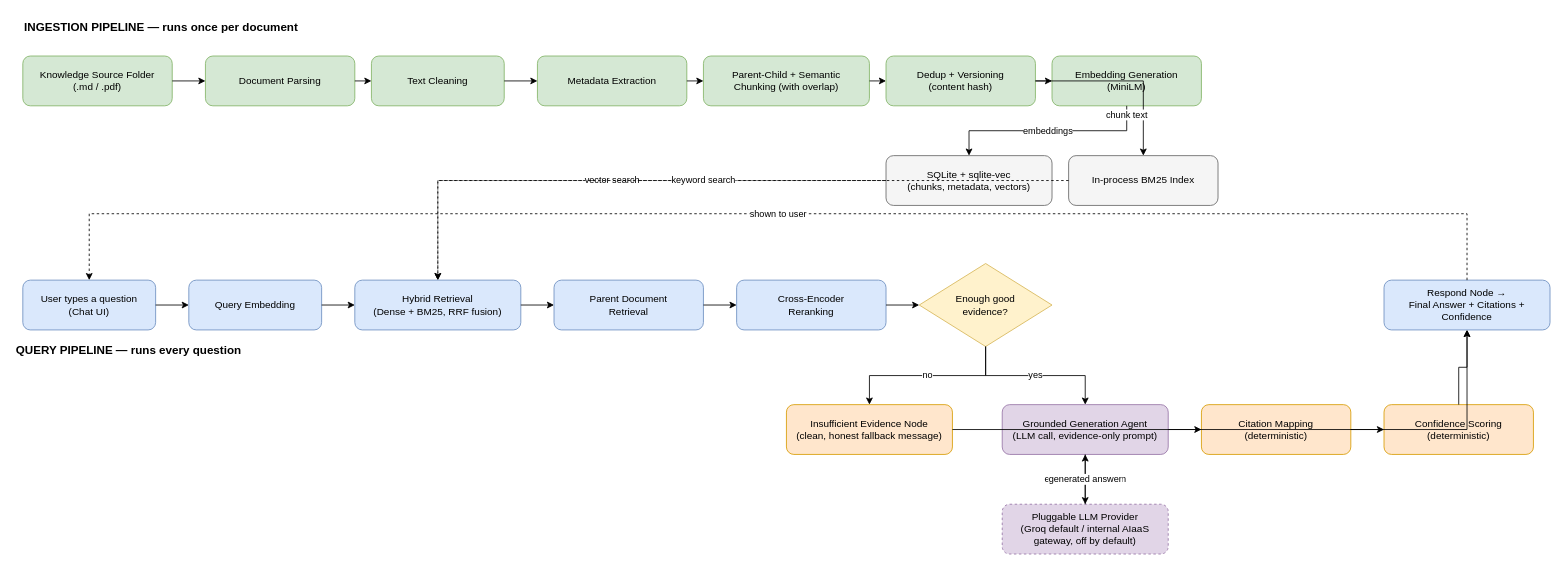
Before: docs/architecture.drawio in acpamitpathak92/RAG, a draw.io diagram. Source tidied: cells renumbered, new cells numbered last; positions are measured from the earlier drawing's top-left corner, leaving out a move shared by most shapes. Both pictures are drawn from the tidied source at 83%, with x=0, y=0 at pixel (14, 14).
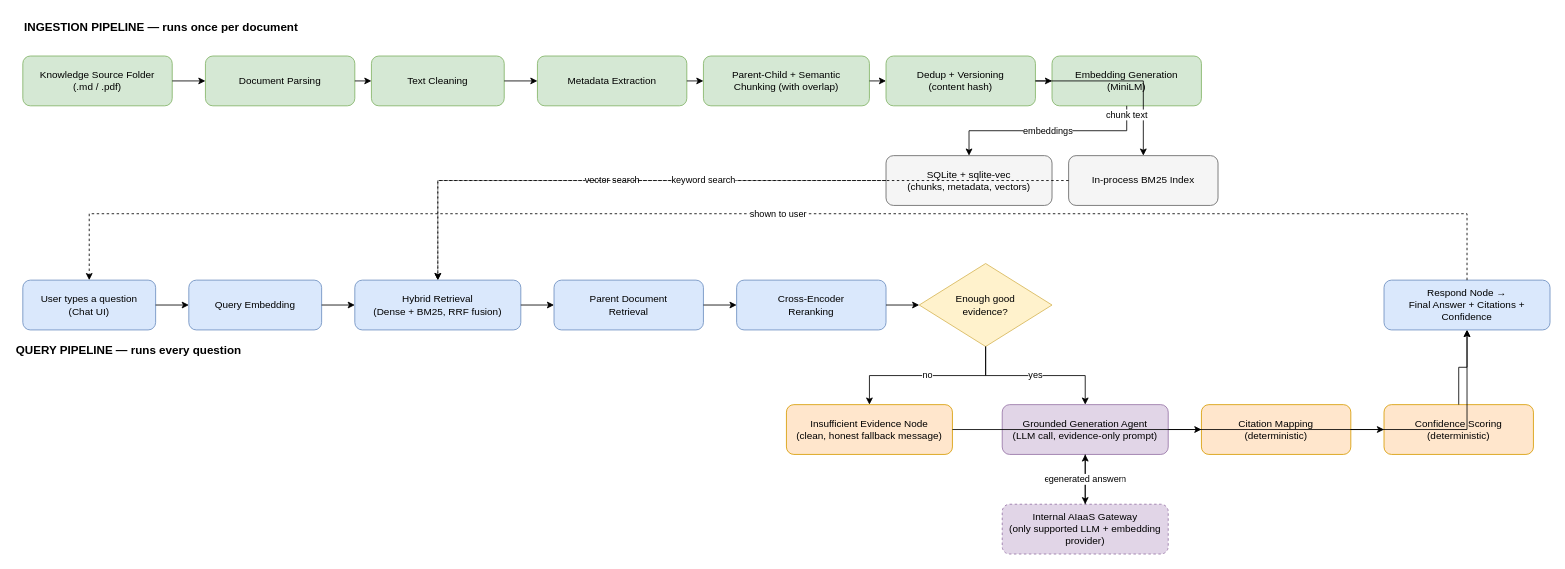
After the change.

What changed in the source:
```diff
@@
-    <mxCell id="21" value="Pluggable LLM Provider&#10;(Groq default / internal AIaaS gateway, off by default)" style="rounded=1;whiteSpace=wrap;html=1;fillColor=#e1d5e7;strokeColor=#9673a6;dashed=1;" parent="1" vertex="1">
+    <mxCell id="21" value="Internal AIaaS Gateway&#10;(only supported LLM + embedding provider)" style="rounded=1;whiteSpace=wrap;html=1;fillColor=#e1d5e7;strokeColor=#9673a6;dashed=1;" parent="1" vertex="1">
       <mxGeometry x="1190" y="590" width="200" height="60" as="geometry" />
     </mxCell>
```
